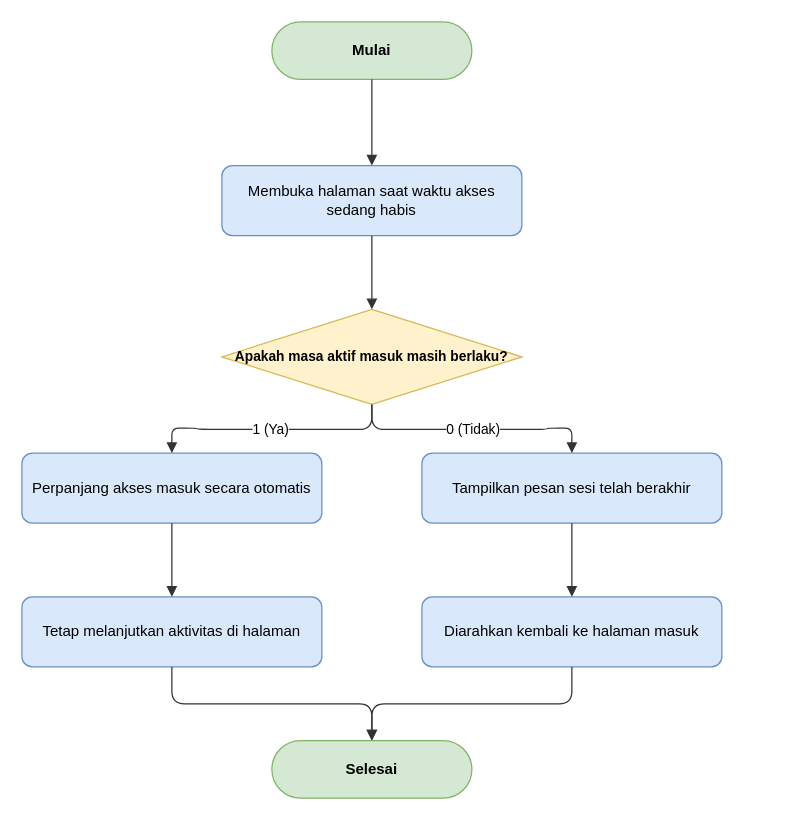
Before: docs/diagrams/flowchart/flowchart-refresh-token.drawio in dimstyle/ruang-baca, a draw.io diagram. Source tidied: cells renumbered, new cells numbered last; positions are measured from the earlier drawing's top-left corner, leaving out a move shared by most shapes. Both pictures are drawn from the tidied source at 125%, with x=0, y=0 at pixel (21, 21).
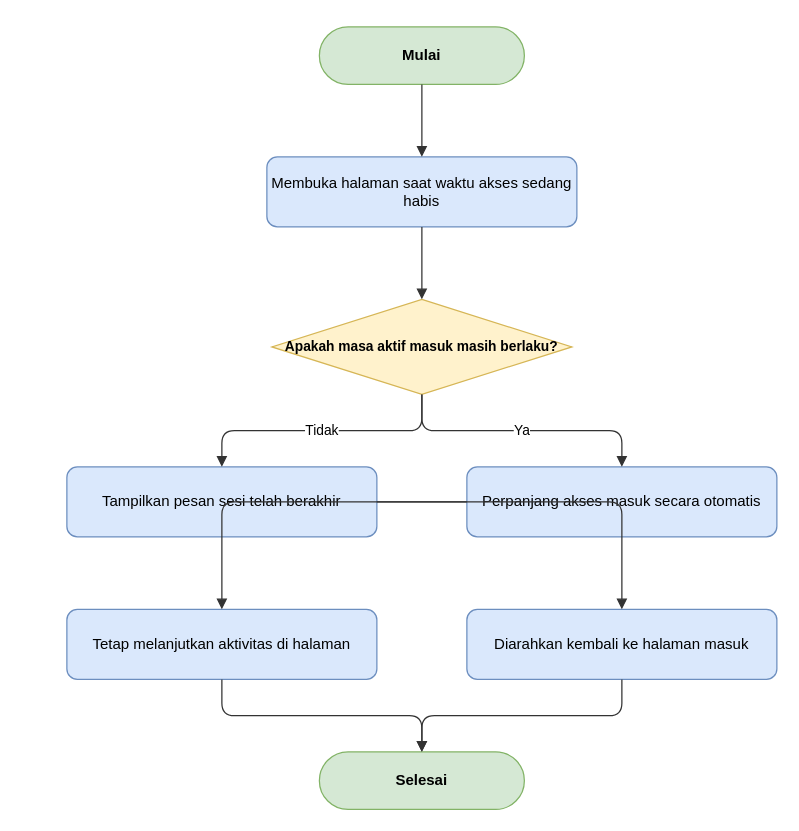
The same diagram, later.

What changed in the source:
```diff
@@
 <mxGraphModel>
   <root>
     <mxCell id="0" />
     <mxCell id="1" parent="0" />
     <mxCell id="2" value="Mulai" style="rounded=1;whiteSpace=wrap;html=1;arcSize=50;fillColor=#d5e8d4;strokeColor=#82b366;fontStyle=1;fontSize=12;" parent="1" vertex="1">
-      <mxGeometry x="200" width="160" height="46" as="geometry" />
+      <mxGeometry x="238" y="4" width="164" height="46" as="geometry" />
     </mxCell>
     <mxCell id="3" value="Membuka halaman saat waktu akses sedang habis" style="rounded=1;whiteSpace=wrap;html=1;fillColor=#dae8fc;strokeColor=#6c8ebf;fontSize=12;" parent="1" vertex="1">
-      <mxGeometry x="160" y="115" width="240" height="56" as="geometry" />
+      <mxGeometry x="196" y="108" width="248" height="56" as="geometry" />
     </mxCell>
     <mxCell id="4" value="Apakah masa aktif masuk masih berlaku?" style="rhombus;whiteSpace=wrap;html=1;fillColor=#fff2cc;strokeColor=#d6b656;fontStyle=1;fontSize=11;" parent="1" vertex="1">
-      <mxGeometry x="160" y="230" width="240" height="76" as="geometry" />
+      <mxGeometry x="200" y="222" width="240" height="76" as="geometry" />
     </mxCell>
+    <mxCell id="6" value="Tampilkan pesan sesi telah berakhir" style="rounded=1;whiteSpace=wrap;html=1;fillColor=#dae8fc;strokeColor=#6c8ebf;fontSize=12;" parent="1" vertex="1">
+      <mxGeometry x="36" y="356" width="248" height="56" as="geometry" />
+    </mxCell>
     <mxCell id="5" value="Perpanjang akses masuk secara otomatis" style="rounded=1;whiteSpace=wrap;html=1;fillColor=#dae8fc;strokeColor=#6c8ebf;fontSize=12;" parent="1" vertex="1">
-      <mxGeometry y="345" width="240" height="56" as="geometry" />
+      <mxGeometry x="356" y="356" width="248" height="56" as="geometry" />
     </mxCell>
-    <mxCell id="6" value="Tampilkan pesan sesi telah berakhir" style="rounded=1;whiteSpace=wrap;html=1;fillColor=#dae8fc;strokeColor=#6c8ebf;fontSize=12;" parent="1" vertex="1">
-      <mxGeometry x="320" y="345" width="240" height="56" as="geometry" />
-    </mxCell>
     <mxCell id="7" value="Tetap melanjutkan aktivitas di halaman" style="rounded=1;whiteSpace=wrap;html=1;fillColor=#dae8fc;strokeColor=#6c8ebf;fontSize=12;" parent="1" vertex="1">
-      <mxGeometry y="460" width="240" height="56" as="geometry" />
+      <mxGeometry x="36" y="470" width="248" height="56" as="geometry" />
     </mxCell>
     <mxCell id="8" value="Diarahkan kembali ke halaman masuk" style="rounded=1;whiteSpace=wrap;html=1;fillColor=#dae8fc;strokeColor=#6c8ebf;fontSize=12;" parent="1" vertex="1">
-      <mxGeometry x="320" y="460" width="240" height="56" as="geometry" />
+      <mxGeometry x="356" y="470" width="248" height="56" as="geometry" />
     </mxCell>
     <mxCell id="9" value="Selesai" style="rounded=1;whiteSpace=wrap;html=1;arcSize=50;fillColor=#d5e8d4;strokeColor=#82b366;fontStyle=1;fontSize=12;" parent="1" vertex="1">
-      <mxGeometry x="200" y="575" width="160" height="46" as="geometry" />
+      <mxGeometry x="238" y="584" width="164" height="46" as="geometry" />
     </mxCell>
     <mxCell id="10" style="edgeStyle=orthogonalEdgeStyle;rounded=1;jettySize=auto;html=1;endArrow=block;endFill=1;strokeColor=#333333;fontSize=11;labelBackgroundColor=#ffffff;" parent="1" edge="1" source="2" target="3">
       <mxGeometry relative="1" as="geometry" />
     </mxCell>
     <mxCell id="11" style="edgeStyle=orthogonalEdgeStyle;rounded=1;jettySize=auto;html=1;endArrow=block;endFill=1;strokeColor=#333333;fontSize=11;labelBackgroundColor=#ffffff;" parent="1" edge="1" source="3" target="4">
       <mxGeometry relative="1" as="geometry" />
     </mxCell>
-    <mxCell id="12" value="1 (Ya)" style="edgeStyle=orthogonalEdgeStyle;rounded=1;jettySize=auto;html=1;endArrow=block;endFill=1;strokeColor=#333333;fontSize=11;labelBackgroundColor=#ffffff;" parent="1" edge="1" source="4" target="5">
+    <mxCell id="12" value="Ya" style="edgeStyle=orthogonalEdgeStyle;rounded=1;jettySize=auto;html=1;endArrow=block;endFill=1;strokeColor=#333333;fontSize=11;labelBackgroundColor=#ffffff;" parent="1" edge="1" source="4" target="5">
       <mxGeometry relative="1" as="geometry" />
     </mxCell>
     <mxCell id="13" style="edgeStyle=orthogonalEdgeStyle;rounded=1;jettySize=auto;html=1;endArrow=block;endFill=1;strokeColor=#333333;fontSize=11;labelBackgroundColor=#ffffff;" parent="1" edge="1" source="5" target="7">
       <mxGeometry relative="1" as="geometry" />
     </mxCell>
     <mxCell id="14" style="edgeStyle=orthogonalEdgeStyle;rounded=1;jettySize=auto;html=1;endArrow=block;endFill=1;strokeColor=#333333;fontSize=11;labelBackgroundColor=#ffffff;" parent="1" edge="1" source="7" target="9">
       <mxGeometry relative="1" as="geometry" />
     </mxCell>
-    <mxCell id="15" value="0 (Tidak)" style="edgeStyle=orthogonalEdgeStyle;rounded=1;jettySize=auto;html=1;endArrow=block;endFill=1;strokeColor=#333333;fontSize=11;labelBackgroundColor=#ffffff;" parent="1" edge="1" source="4" target="6">
+    <mxCell id="15" value="Tidak" style="edgeStyle=orthogonalEdgeStyle;rounded=1;jettySize=auto;html=1;endArrow=block;endFill=1;strokeColor=#333333;fontSize=11;labelBackgroundColor=#ffffff;" parent="1" edge="1" source="4" target="6">
       <mxGeometry relative="1" as="geometry" />
     </mxCell>
     <mxCell id="16" style="edgeStyle=orthogonalEdgeStyle;rounded=1;jettySize=auto;html=1;endArrow=block;endFill=1;strokeColor=#333333;fontSize=11;labelBackgroundColor=#ffffff;" parent="1" edge="1" source="6" target="8">
       <mxGeometry relative="1" as="geometry" />
     </mxCell>
     <mxCell id="17" style="edgeStyle=orthogonalEdgeStyle;rounded=1;jettySize=auto;html=1;endArrow=block;endFill=1;strokeColor=#333333;fontSize=11;labelBackgroundColor=#ffffff;" parent="1" edge="1" source="8" target="9">
       <mxGeometry relative="1" as="geometry" />
     </mxCell>
   </root>
 </mxGraphModel>
```
